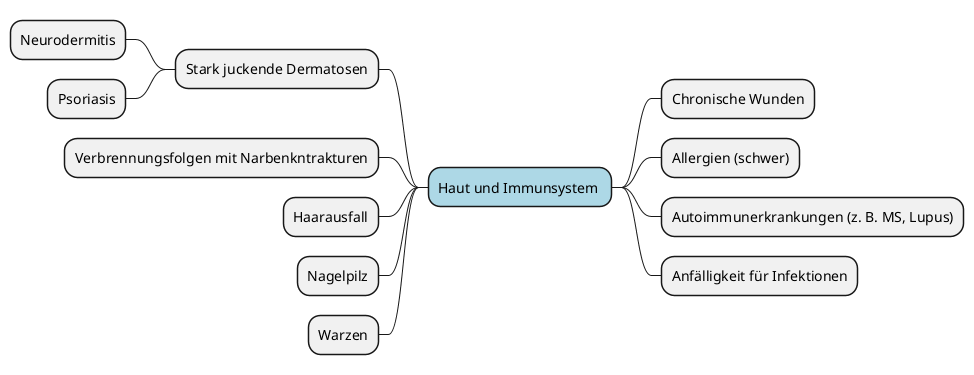
This is mindmap/generated/physical-subcategories/mindmap-physical-haut-und-immunsystem.png from marcgauch/Masterarbeit-Daten, a PlantUML export, as it was before one commit.
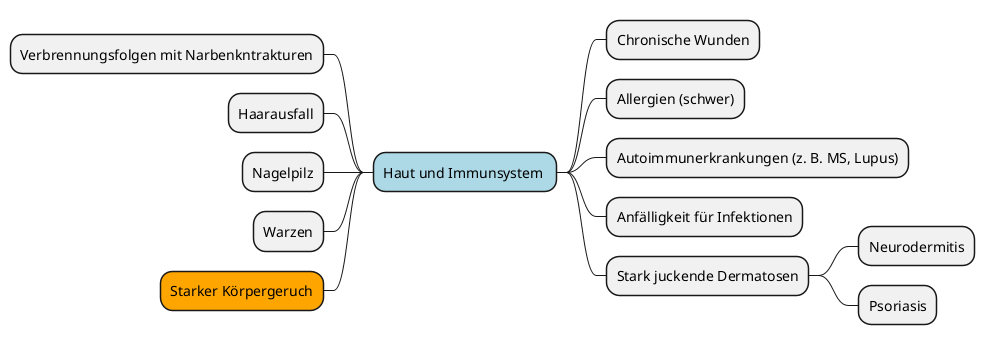
Above is the later version.

Commit message:
ADDED: Mindmap more conditions

What changed in the source:
```diff
@@ -15,12 +15,13 @@
 	* Allergien (schwer)
 	* Autoimmunerkrankungen (z. B. MS, Lupus)
 	* Anfälligkeit für Infektionen
-left side
 	* Stark juckende Dermatosen
 		* Neurodermitis
 		* Psoriasis
+left side
 	* Verbrennungsfolgen mit Narbenkntrakturen
 	* Haarausfall
 	* Nagelpilz
 	* Warzen
+	* Starker Körpergeruch<<orange>>
 @endmindmap
```
